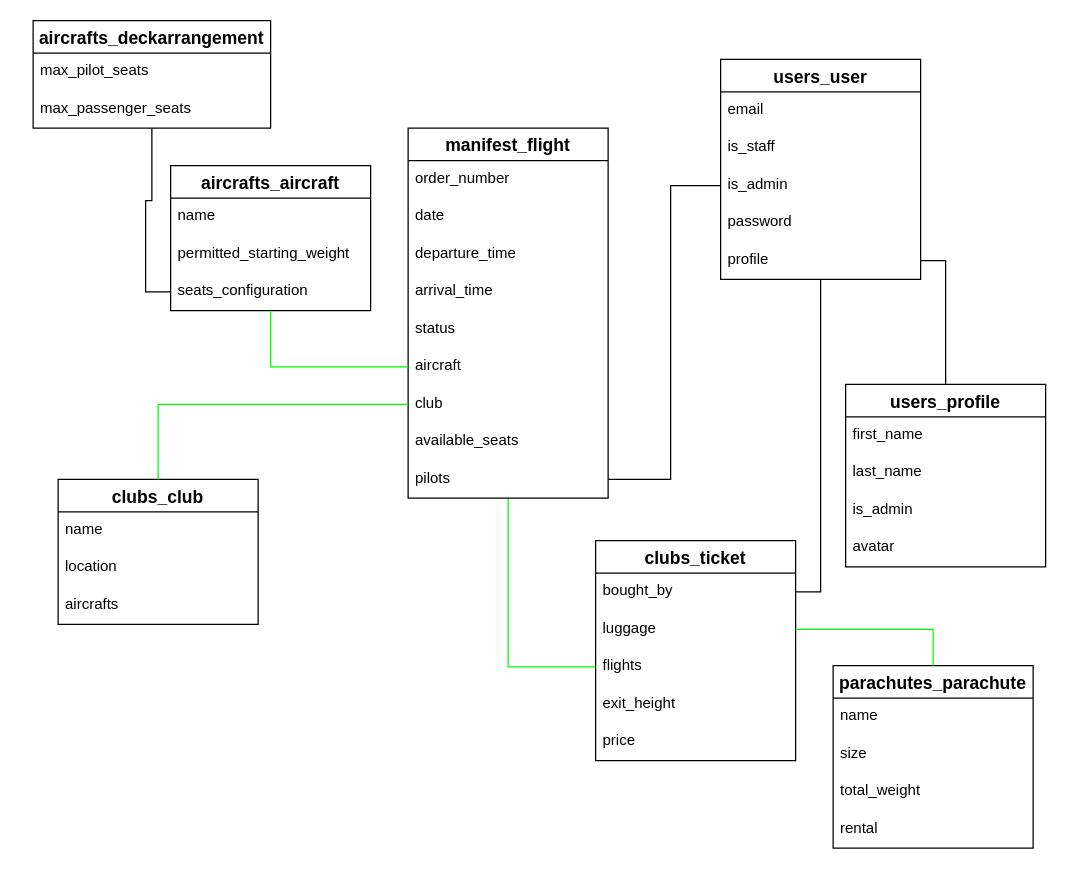
The draw.io diagram Parachute zone management.drawio in edyp/jump-2, before the edit. Source tidied: cells renumbered, new cells numbered last; positions are measured from the earlier drawing's top-left corner, leaving out a move shared by most shapes. Both pictures are drawn from the tidied source at 125%, with x=0, y=0 at pixel (32, 20).
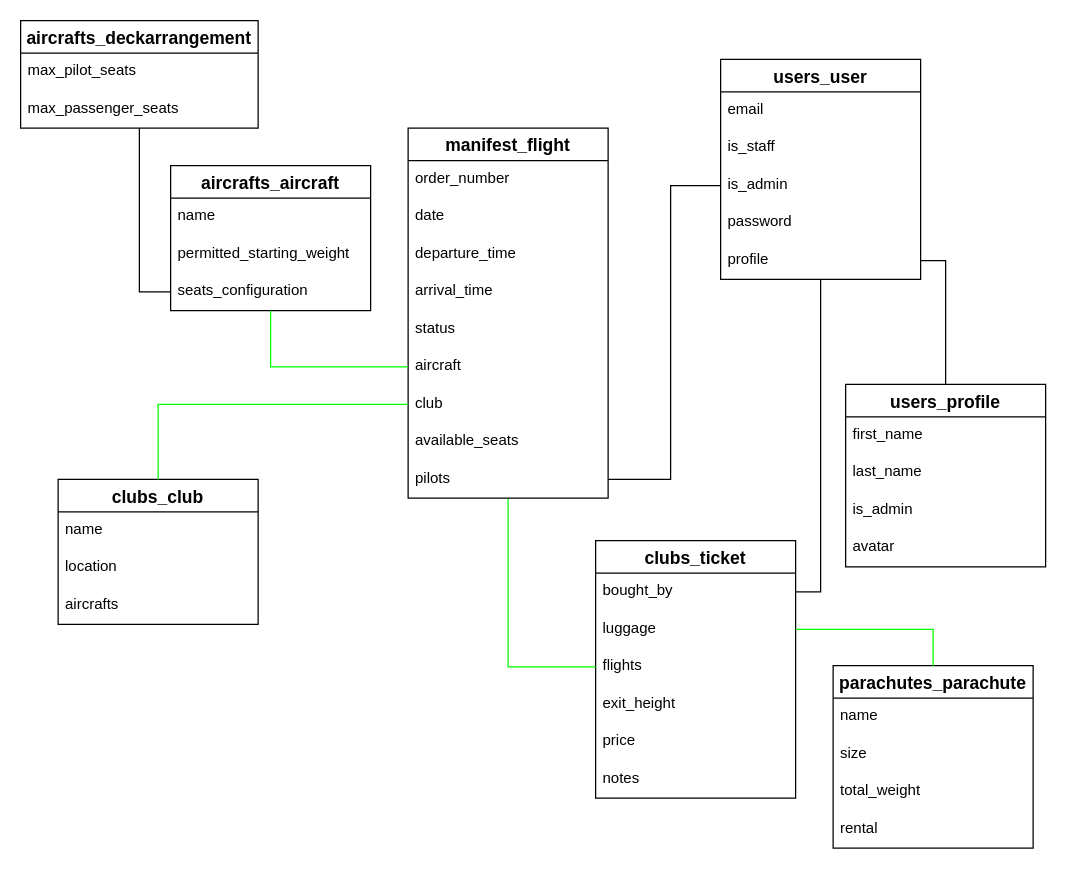
Above is the later version.

Commit message:
Update Parachute zone management - models.drawio

What changed in the source:
```diff
@@
     <mxCell id="6" value="clubs_ticket" style="swimlane;fontStyle=1;horizontal=1;startSize=26;align=center;fontSize=14;" parent="1" vertex="1">
-      <mxGeometry x="450" y="416" width="160" height="176" as="geometry" />
+      <mxGeometry x="450" y="416" width="160" height="206" as="geometry" />
     </mxCell>
@@
+    <mxCell id="53" value="notes" style="text;strokeColor=none;fillColor=none;spacingLeft=4;spacingRight=4;overflow=hidden;fontSize=12;" parent="6" vertex="1">
+      <mxGeometry y="176" width="160" height="30" as="geometry" />
+    </mxCell>
@@
     <mxCell id="27" value="aircrafts_deckarrangement" style="swimlane;fontStyle=1;horizontal=1;startSize=26;align=center;fontSize=14;" parent="1" vertex="1">
-      <mxGeometry width="190" height="86" as="geometry" />
+      <mxGeometry x="-10" width="190" height="86" as="geometry" />
     </mxCell>
```
